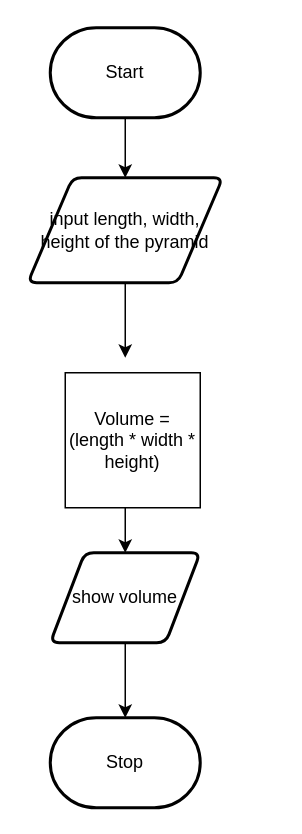
The draw.io diagram design/flow-chart.drawio in Allen-Li-hub/ICS2O-Unit3-04-HTML, before the edit. Source tidied: cells renumbered, new cells numbered last; positions are measured from the earlier drawing's top-left corner, leaving out a move shared by most shapes. Both pictures are drawn from the tidied source at 150%, with x=0, y=0 at pixel (27, 27).
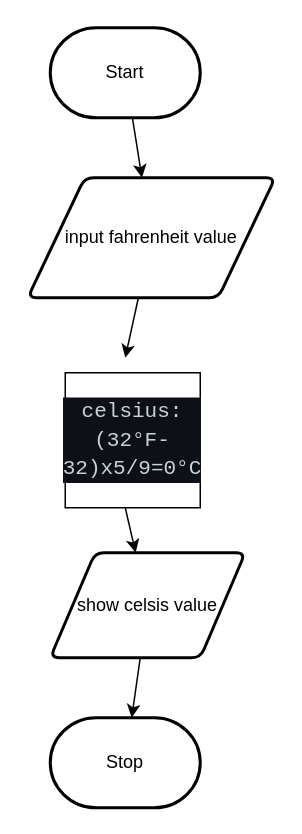
After the change.

The edit, as a diff of the source:
```diff
@@
 <mxGraphModel>
   <root>
     <mxCell id="0" />
     <mxCell id="1" parent="0" />
     <mxCell id="2" style="edgeStyle=none;html=1;" parent="1" edge="1" source="3" target="5">
       <mxGeometry relative="1" as="geometry" />
     </mxCell>
     <mxCell id="3" value="Start" style="strokeWidth=2;html=1;shape=mxgraph.flowchart.terminator;whiteSpace=wrap;" parent="1" vertex="1">
       <mxGeometry x="15" width="100" height="60" as="geometry" />
     </mxCell>
     <mxCell id="4" style="edgeStyle=none;html=1;" parent="1" edge="1" source="5">
       <mxGeometry relative="1" as="geometry">
         <mxPoint x="65" y="220" as="targetPoint" />
       </mxGeometry>
     </mxCell>
-    <mxCell id="5" value="input length, width, height of the pyramid" style="shape=parallelogram;html=1;strokeWidth=2;perimeter=parallelogramPerimeter;whiteSpace=wrap;rounded=1;arcSize=12;size=0.23;" parent="1" vertex="1">
-      <mxGeometry y="100" width="130" height="70" as="geometry" />
+    <mxCell id="5" value="input fahrenheit value" style="shape=parallelogram;html=1;strokeWidth=2;perimeter=parallelogramPerimeter;whiteSpace=wrap;rounded=1;arcSize=12;size=0.23;" parent="1" vertex="1">
+      <mxGeometry y="100" width="165" height="80" as="geometry" />
     </mxCell>
     <mxCell id="6" style="edgeStyle=none;html=1;" parent="1" edge="1" target="8">
       <mxGeometry relative="1" as="geometry">
         <mxPoint x="65" y="320" as="sourcePoint" />
       </mxGeometry>
     </mxCell>
     <mxCell id="7" style="edgeStyle=none;html=1;" parent="1" edge="1" source="8" target="9">
       <mxGeometry relative="1" as="geometry" />
     </mxCell>
-    <mxCell id="8" value="show volume" style="shape=parallelogram;html=1;strokeWidth=2;perimeter=parallelogramPerimeter;whiteSpace=wrap;rounded=1;arcSize=12;size=0.23;" parent="1" vertex="1">
-      <mxGeometry x="15" y="350" width="100" height="60" as="geometry" />
+    <mxCell id="8" value="show celsis value" style="shape=parallelogram;html=1;strokeWidth=2;perimeter=parallelogramPerimeter;whiteSpace=wrap;rounded=1;arcSize=12;size=0.23;" parent="1" vertex="1">
+      <mxGeometry x="15" y="350" width="130" height="70" as="geometry" />
     </mxCell>
     <mxCell id="9" value="Stop" style="strokeWidth=2;html=1;shape=mxgraph.flowchart.terminator;whiteSpace=wrap;" parent="1" vertex="1">
       <mxGeometry x="15" y="460" width="100" height="60" as="geometry" />
     </mxCell>
-    <mxCell id="10" value="Volume = (length * width * height)" style="whiteSpace=wrap;html=1;" parent="1" vertex="1">
+    <mxCell id="10" value="&lt;div style=&quot;color: rgb(201 , 209 , 217) ; background-color: rgb(13 , 17 , 23) ; font-family: &amp;#34;consolas&amp;#34; , &amp;#34;courier new&amp;#34; , monospace ; font-size: 14px ; line-height: 19px&quot;&gt;celsius:(32°F-32)x5/9=0°C&lt;/div&gt;" style="whiteSpace=wrap;html=1;" parent="1" vertex="1">
       <mxGeometry x="25" y="230" width="90" height="90" as="geometry" />
     </mxCell>
   </root>
 </mxGraphModel>
```
